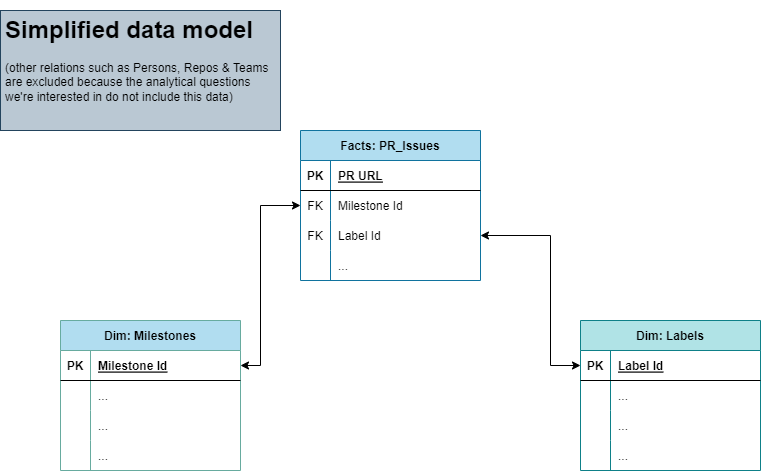
Before: docs/data_model.png, a diagram exported from draw.io (AndyLeGrand/mb-data-warehouse). Source tidied: cells renumbered, new cells last; positions are measured from the earlier drawing's top-left corner, leaving out a move shared by most shapes.
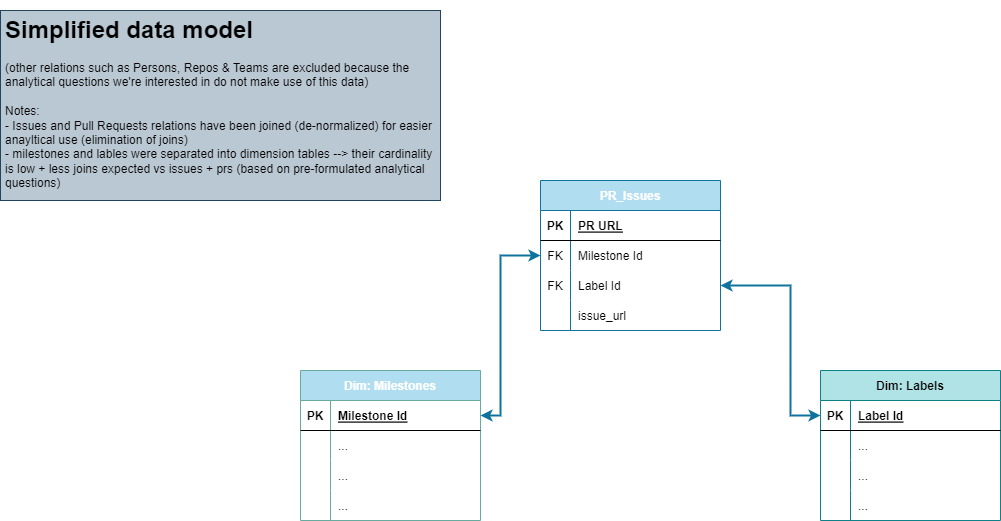
The same diagram one commit later.

Change to the diagram source:
```diff
@@ -2,7 +2,7 @@
   <root>
     <mxCell id="0" />
     <mxCell id="1" parent="0" />
-    <mxCell id="2" value="Facts: PR_Issues" style="shape=table;startSize=30;rowLines=0;fontStyle=1;align=center;strokeColor=#10739e;fillColor=#b1ddf0;fontColor=#000000;" parent="1" vertex="1">
+    <mxCell id="2" value="PR_Issues" style="shape=table;startSize=30;rowLines=0;fontStyle=1;align=center;strokeColor=#10739e;fillColor=#b1ddf0;fontColor=#FFFFFF;" parent="1" vertex="1">
       <mxGeometry x="300" y="120" width="180" height="150" as="geometry" />
     </mxCell>
     <mxCell id="3" style="shape=tableRow;horizontal=0;startSize=0;swimlaneHead=0;swimlaneBody=0;fillColor=none;top=0;left=0;right=0;bottom=1;" parent="2" vertex="1">
@@ -38,10 +38,10 @@
     <mxCell id="13" style="shape=partialRectangle;fillColor=none;top=0;left=0;bottom=0;right=0;overflow=hidden;" parent="12" vertex="1">
       <mxGeometry width="30" height="30" as="geometry" />
     </mxCell>
-    <mxCell id="14" value="..." style="shape=partialRectangle;fillColor=none;top=0;left=0;bottom=0;right=0;align=left;spacingLeft=6;overflow=hidden;" parent="12" vertex="1">
+    <mxCell id="14" value="issue_url" style="shape=partialRectangle;fillColor=none;top=0;left=0;bottom=0;right=0;align=left;spacingLeft=6;overflow=hidden;" parent="12" vertex="1">
       <mxGeometry x="30" width="150" height="30" as="geometry" />
     </mxCell>
-    <mxCell id="15" value="Dim: Milestones" style="shape=table;startSize=30;rowLines=0;fontStyle=1;align=center;fillColor=#b1ddf0;strokeColor=#67AB9F;fontColor=#000000;" parent="1" vertex="1">
+    <mxCell id="15" value="Dim: Milestones" style="shape=table;startSize=30;rowLines=0;fontStyle=1;align=center;fillColor=#b1ddf0;strokeColor=#67AB9F;fontColor=#FFFFFF;" parent="1" vertex="1">
       <mxGeometry x="60" y="310" width="180" height="150" as="geometry" />
     </mxCell>
     <mxCell id="16" style="shape=tableRow;horizontal=0;startSize=0;swimlaneHead=0;swimlaneBody=0;fillColor=none;points=[[0,0.5],[1,0.5]];portConstraint=eastwest;top=0;left=0;right=0;bottom=1;" parent="15" vertex="1">
@@ -119,7 +119,7 @@
     <mxCell id="40" value="..." style="shape=partialRectangle;fillColor=none;top=0;left=0;bottom=0;right=0;align=left;spacingLeft=6;overflow=hidden;" parent="38" vertex="1">
       <mxGeometry x="30" width="150" height="30" as="geometry" />
     </mxCell>
-    <mxCell id="41" style="endArrow=classic;startArrow=classic;html=1;rounded=0;exitX=0;exitY=0.5;exitDx=0;exitDy=0;entryX=1;entryY=0.5;entryDx=0;entryDy=0;" parent="1" edge="1" source="29" target="9">
+    <mxCell id="41" style="endArrow=classic;startArrow=classic;html=1;rounded=0;exitX=0;exitY=0.5;exitDx=0;exitDy=0;entryX=1;entryY=0.5;entryDx=0;entryDy=0;fillColor=#b1ddf0;strokeColor=#10739e;strokeWidth=2;" parent="1" edge="1" source="29" target="9">
       <mxGeometry relative="1" as="geometry">
         <Array as="points">
           <mxPoint x="550" y="355" />
@@ -127,7 +127,7 @@
         </Array>
       </mxGeometry>
     </mxCell>
-    <mxCell id="42" style="endArrow=classic;startArrow=classic;html=1;rounded=0;exitX=1;exitY=0.5;exitDx=0;exitDy=0;entryX=0;entryY=0.5;entryDx=0;entryDy=0;" parent="1" edge="1" source="16" target="6">
+    <mxCell id="42" style="endArrow=classic;startArrow=classic;html=1;rounded=0;exitX=1;exitY=0.5;exitDx=0;exitDy=0;entryX=0;entryY=0.5;entryDx=0;entryDy=0;strokeWidth=2;fillColor=#b1ddf0;strokeColor=#10739e;" parent="1" edge="1" source="16" target="6">
       <mxGeometry relative="1" as="geometry">
         <Array as="points">
           <mxPoint x="260" y="355" />
@@ -135,8 +135,8 @@
         </Array>
       </mxGeometry>
     </mxCell>
-    <mxCell id="43" value="&lt;h1&gt;Simplified data model&lt;/h1&gt;&lt;div&gt;(other relations such as Persons, Repos &amp;amp; Teams are excluded because the analytical questions we're interested in do not include this data)&lt;/div&gt;" style="text;html=1;strokeColor=#23445d;fillColor=#bac8d3;spacing=5;spacingTop=-20;whiteSpace=wrap;overflow=hidden;rounded=0;fontColor=#000000;" parent="1" vertex="1">
-      <mxGeometry width="280" height="120" as="geometry" />
+    <mxCell id="43" value="&lt;h1&gt;Simplified data model&lt;/h1&gt;&lt;div&gt;(other relations such as Persons, Repos &amp;amp; Teams are excluded because the analytical questions we're interested in do not make use of this data)&lt;/div&gt;&lt;div&gt;&lt;br&gt;&lt;/div&gt;&lt;div&gt;Notes:&amp;nbsp;&lt;/div&gt;&lt;div&gt;- Issues and Pull Requests relations have been joined (de-normalized) for easier anayltical use (elimination of joins)&lt;/div&gt;&lt;div&gt;- milestones and lables were separated into dimension tables --&amp;gt; their cardinality is low + less joins expected vs issues + prs (based on pre-formulated analytical questions)&lt;/div&gt;&lt;div&gt;&lt;br&gt;&lt;/div&gt;&lt;div&gt;&lt;br&gt;&lt;/div&gt;" style="text;html=1;strokeColor=#23445d;fillColor=#bac8d3;spacing=5;spacingTop=-20;whiteSpace=wrap;overflow=hidden;rounded=0;fontColor=#000000;" parent="1" vertex="1">
+      <mxGeometry x="-240" y="-50" width="440" height="190" as="geometry" />
     </mxCell>
   </root>
 </mxGraphModel>
```
